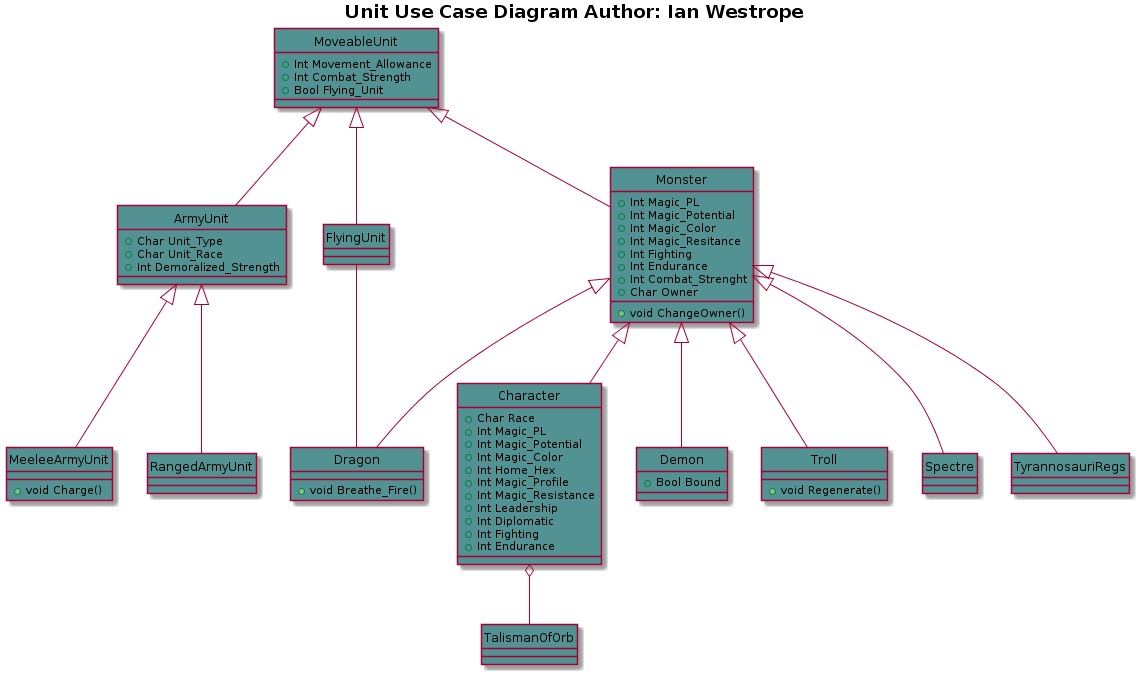
cjeffery/sworsorc keeps this PlantUML diagram as doc/masterClassDiagrams/units.png. Above is the earlier version. Its diagram source:
```plantuml
@startuml
hide circles
title <b>Unit Use Case Diagram<b> Author: Ian Westrope

class MoveableUnit #529292 {
      +Int Movement_Allowance
      +Int Combat_Strength
      +Bool Flying_Unit
}

class Character #529292 {
      +Char Race
      +Int Magic_PL
      +Int Magic_Potential
      +Int Magic_Color
      +Int Home_Hex
      +Int Magic_Profile
      +Int Magic_Resistance
      +Int Leadership
      +Int Diplomatic
      +Int Fighting
      +Int Endurance
}

class ArmyUnit #529292 {
      +Char Unit_Type
      +Char Unit_Race
      +Int Demoralized_Strength
}

class MeeleeArmyUnit #529292 {
      +void Charge()
}

class RangedArmyUnit #529292 {

}


class Monster #529292 {
      +Int Magic_PL
      +Int Magic_Potential
      +Int Magic_Color
      +Int Magic_Resitance
      +Int Fighting
      +Int Endurance
      +Int Combat_Strenght
      +Char Owner
      +void ChangeOwner()
}

class Demon #529292 {
      +Bool Bound
}

class Dragon #529292 {
      +void Breathe_Fire()
}

class Troll #529292 {
      +void Regenerate()
}

class Spectre #529292

class TyrannosauriRegs #529292

class TalismanOfOrb #529292

Class FlyingUnit #529292

MoveableUnit <|-- Monster
MoveableUnit <|-- FlyingUnit
MoveableUnit <|-- ArmyUnit

Monster <|-- Character
Monster <|-- Demon
Monster <|-- Troll
Monster <|-- TyrannosauriRegs
Monster <|-- Spectre
Monster <|-- Dragon

ArmyUnit <|-- RangedArmyUnit
ArmyUnit <|-- MeeleeArmyUnit

Character o-- TalismanOfOrb

FlyingUnit -- Dragon

@enduml
```
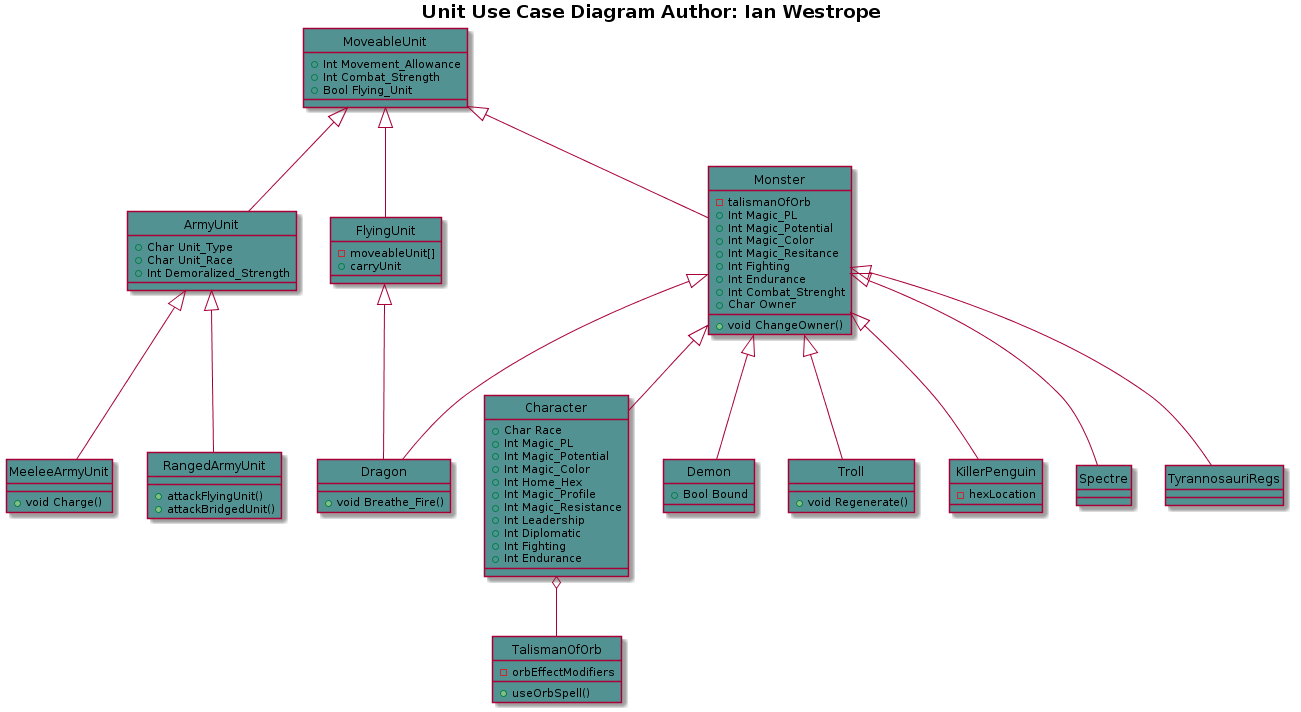
After the commit.

Change to the diagram source:
```diff
@@ -33,11 +33,13 @@
 }
 
 class RangedArmyUnit #529292 {
-
++attackFlyingUnit()
++attackBridgedUnit()
 }
 
 
 class Monster #529292 {
+      -talismanOfOrb
       +Int Magic_PL
       +Int Magic_Potential
       +Int Magic_Color
@@ -61,13 +63,25 @@
       +void Regenerate()
 }
 
-class Spectre #529292
+class KillerPenguin #529292 {
+-hexLocation
+}
 
-class TyrannosauriRegs #529292
+class Spectre #529292 {
+}
 
-class TalismanOfOrb #529292
+class TyrannosauriRegs #529292 {
+}
 
-Class FlyingUnit #529292
+class TalismanOfOrb #529292 {
+-orbEffectModifiers
++useOrbSpell()
+}
+
+Class FlyingUnit #529292 {
+-moveableUnit[]
++carryUnit
+}
 
 MoveableUnit <|-- Monster
 MoveableUnit <|-- FlyingUnit
@@ -79,12 +93,13 @@
 Monster <|-- TyrannosauriRegs
 Monster <|-- Spectre
 Monster <|-- Dragon
+Monster <|-- KillerPenguin
 
 ArmyUnit <|-- RangedArmyUnit
 ArmyUnit <|-- MeeleeArmyUnit
 
 Character o-- TalismanOfOrb
 
-FlyingUnit -- Dragon
+FlyingUnit <|-- Dragon
 
 @enduml
```
